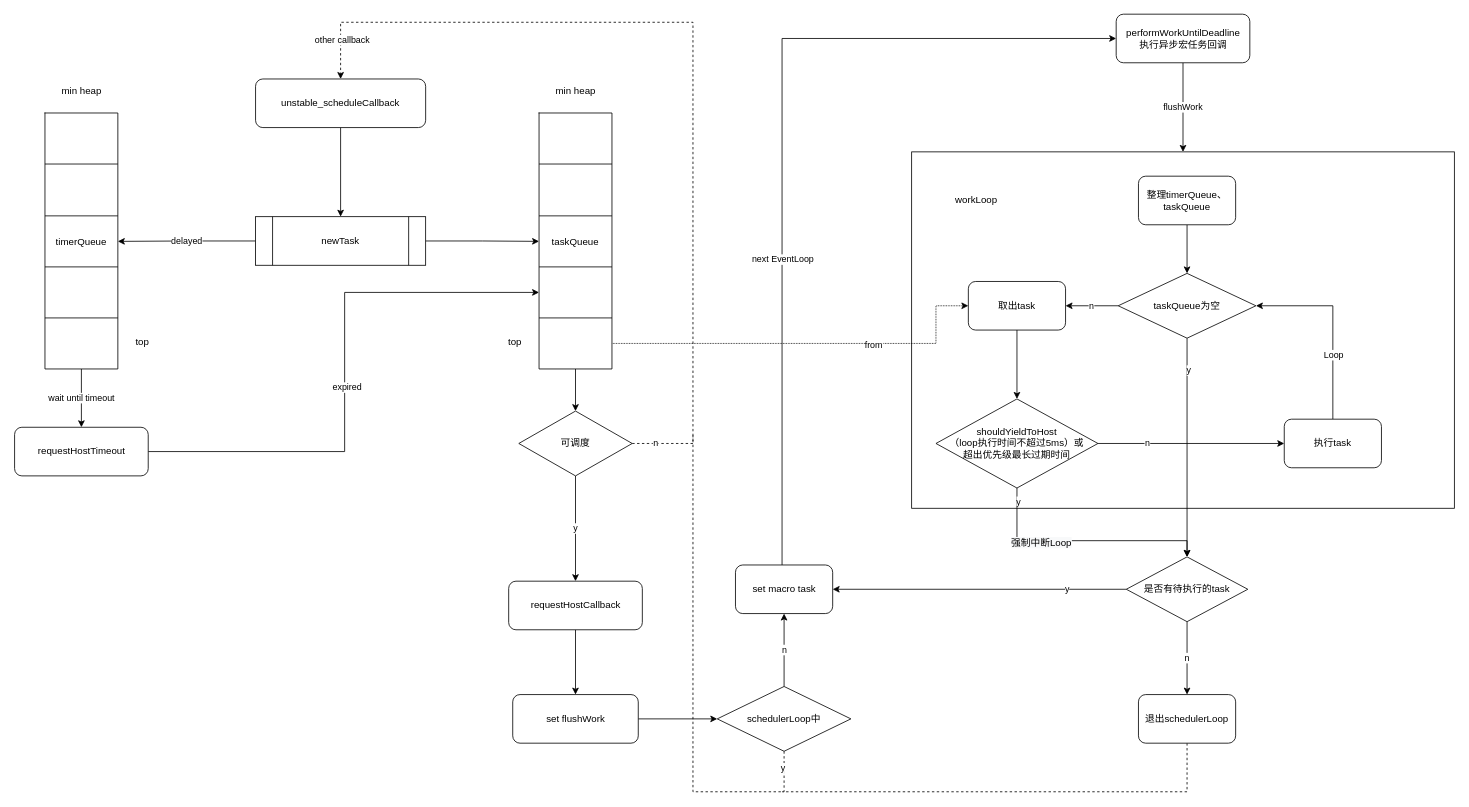
Earlier version of the draw.io diagram page "第 2 页" (2 of 2) of scheduler.drawio (5102a/Note). Source tidied: cells renumbered, new cells numbered last; positions are measured from the earlier drawing's top-left corner, leaving out a move shared by most shapes. Both pictures are drawn from the tidied source at 81%, with x=0, y=0 at pixel (14, 14).
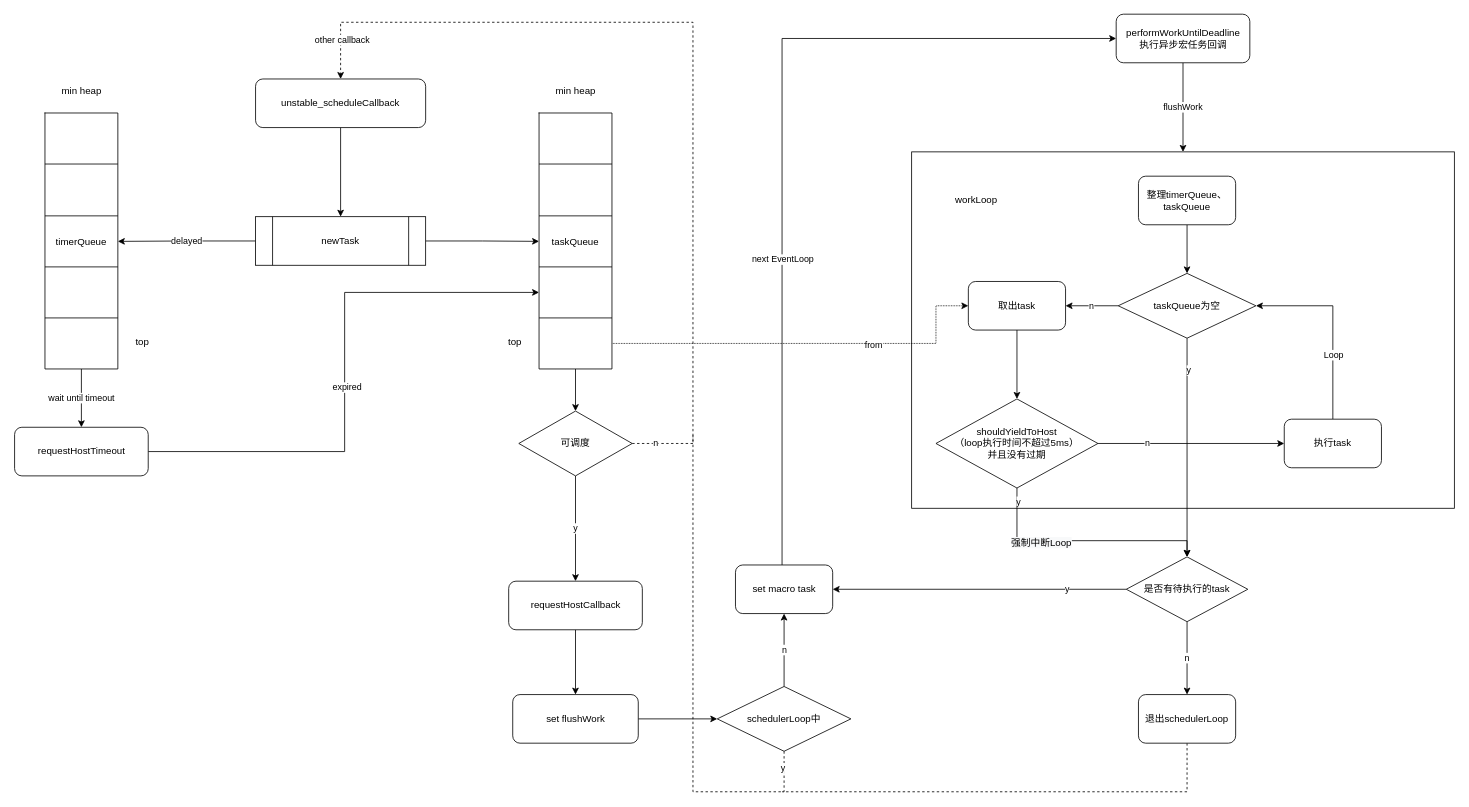
After the change.

Change to the diagram source:
```diff
@@
-    <mxCell id="56" value="shouldYieldToHost&lt;br&gt;（loop执行时间不超过5ms）或&lt;br&gt;超出优先级最长过期时间" style="rhombus;whiteSpace=wrap;html=1;" parent="1" vertex="1">
+    <mxCell id="56" value="shouldYieldToHost&lt;br&gt;（loop执行时间不超过5ms）&lt;br&gt;并且没有过期" style="rhombus;whiteSpace=wrap;html=1;" parent="1" vertex="1">
       <mxGeometry x="1138" y="475" width="200" height="110" as="geometry" />
     </mxCell>
```
